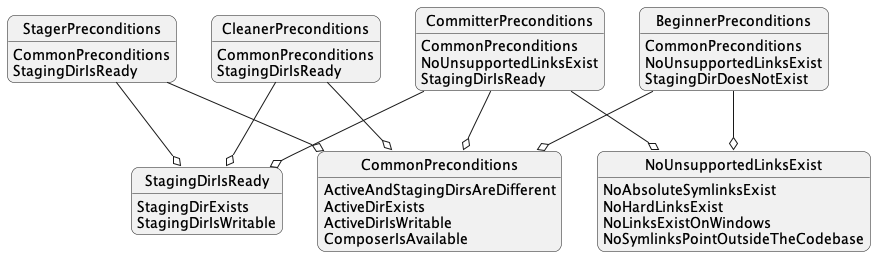
This is src/Domain/Service/Precondition/resources/hierarchy.png from php-tuf/composer-stager, a PlantUML export, as it was before one commit. Its source is kept beside it as src/Domain/Service/Precondition/resources/hierarchy.puml.
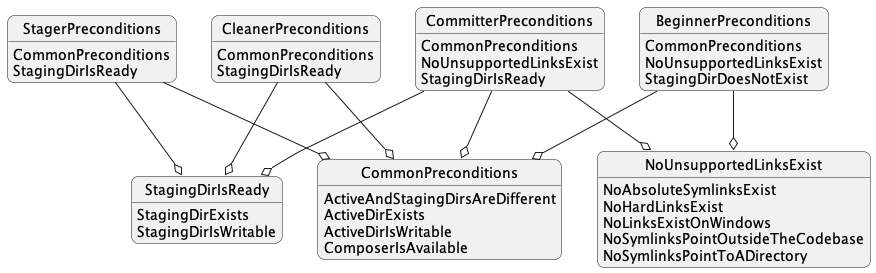
After the change.

Commit message:
Update precondition diagrams. [skip ci]

The edit, as a diff of the source:
```diff
@@ -56,6 +56,7 @@
     NoHardLinksExist
     NoLinksExistOnWindows
     NoSymlinksPointOutsideTheCodebase
+    NoSymlinksPointToADirectory
 }
 
 @enduml
```
